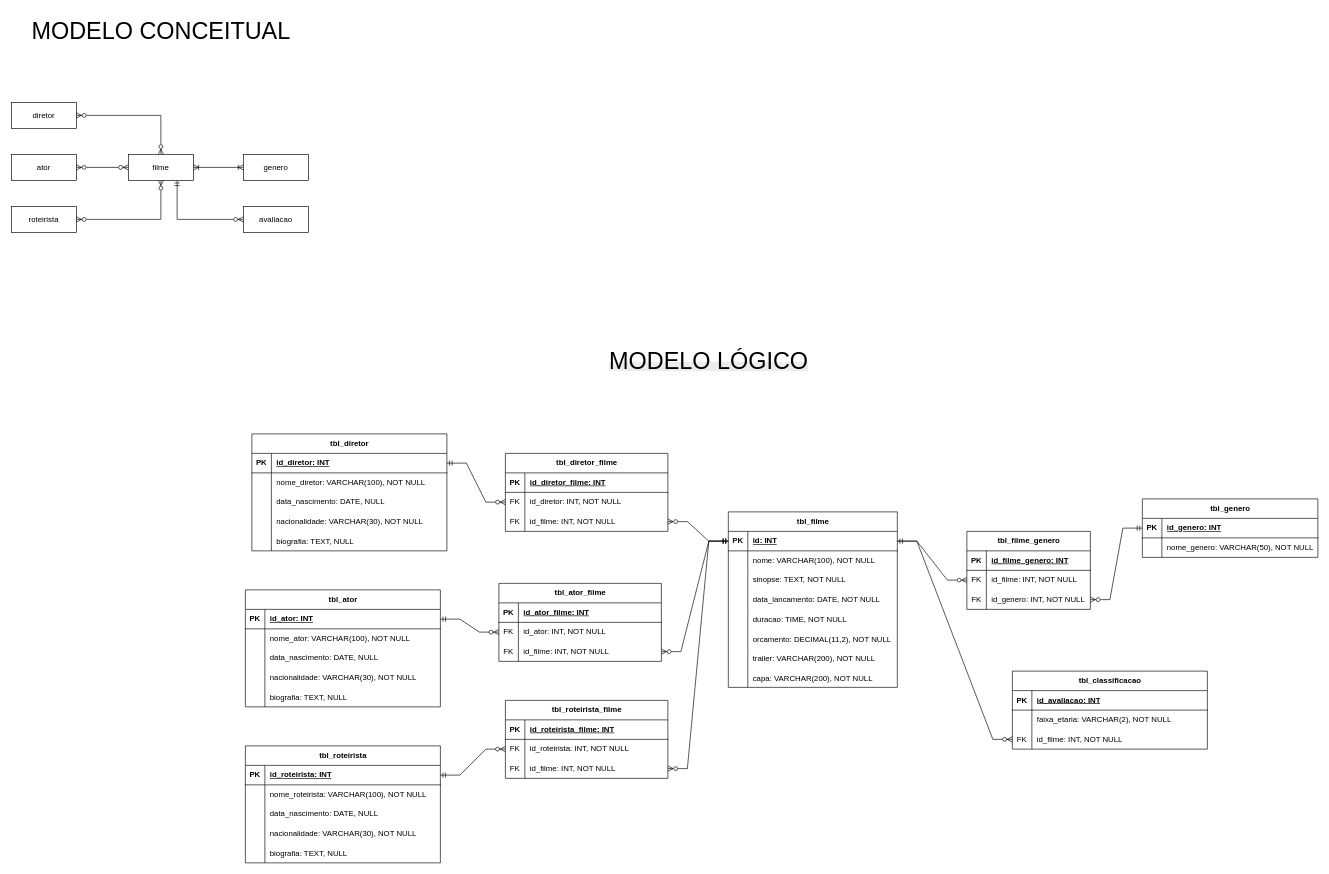
marcelo23vds/api-locadora keeps this draw.io diagram as database/modelagem-db-locadora.drawio. Above is the earlier version. Source tidied: cells renumbered, new cells numbered last; positions are measured from the earlier drawing's top-left corner, leaving out a move shared by most shapes. Both pictures are drawn from the tidied source at 65%, with x=0, y=0 at pixel (11, 11).
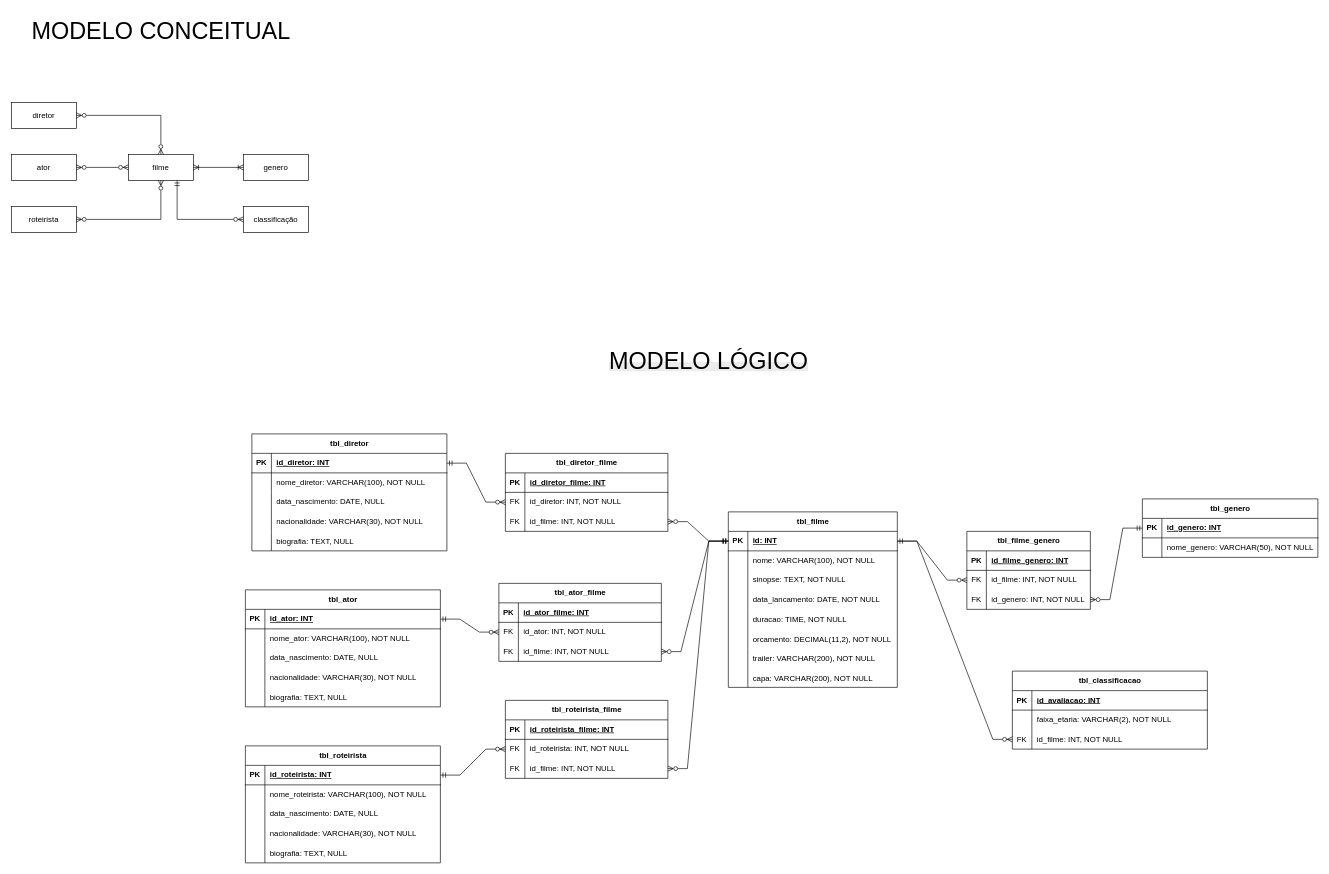
After the change.

The edit, as a diff of the source:
```diff
@@
-    <mxCell id="5" value="avaliacao" style="whiteSpace=wrap;html=1;align=center;" parent="1" vertex="1">
+    <mxCell id="5" value="classificação" style="whiteSpace=wrap;html=1;align=center;" parent="1" vertex="1">
       <mxGeometry x="357" y="300" width="100" height="40" as="geometry" />
     </mxCell>
```
